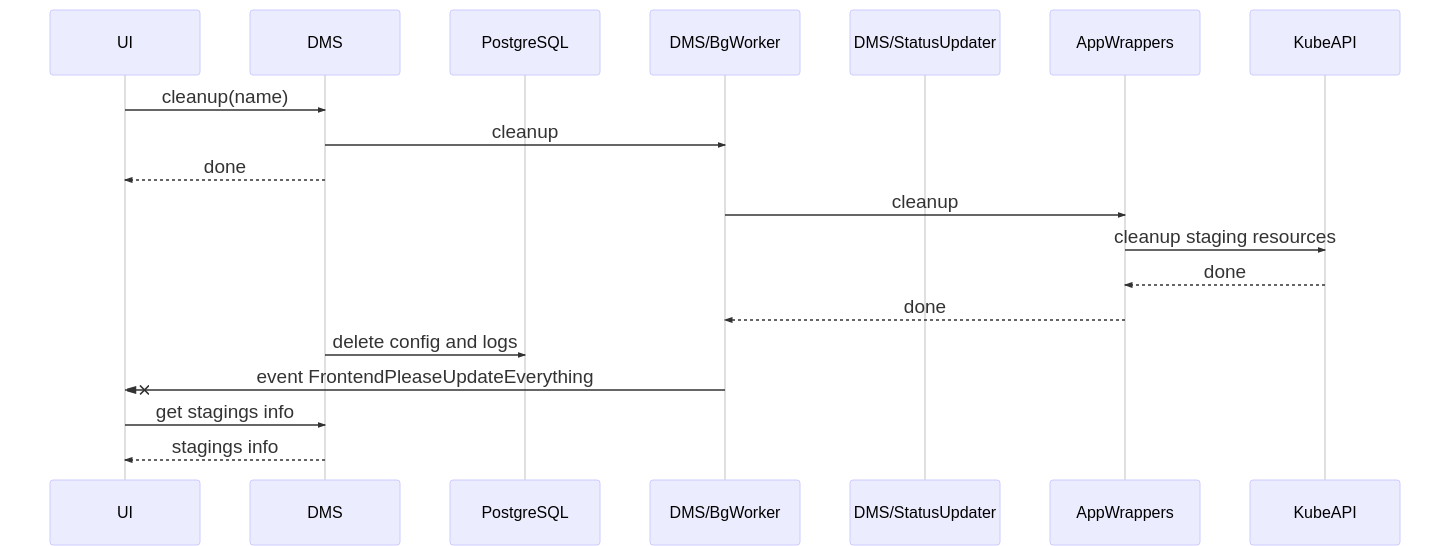
The Mermaid diagram docs/diagrams/images/technical-architecture-cleanup-via-ui.png in typeable/octopod, before a commit. Its source is kept beside it as docs/diagrams/src/technical-architecture-cleanup-via-ui.mmd.
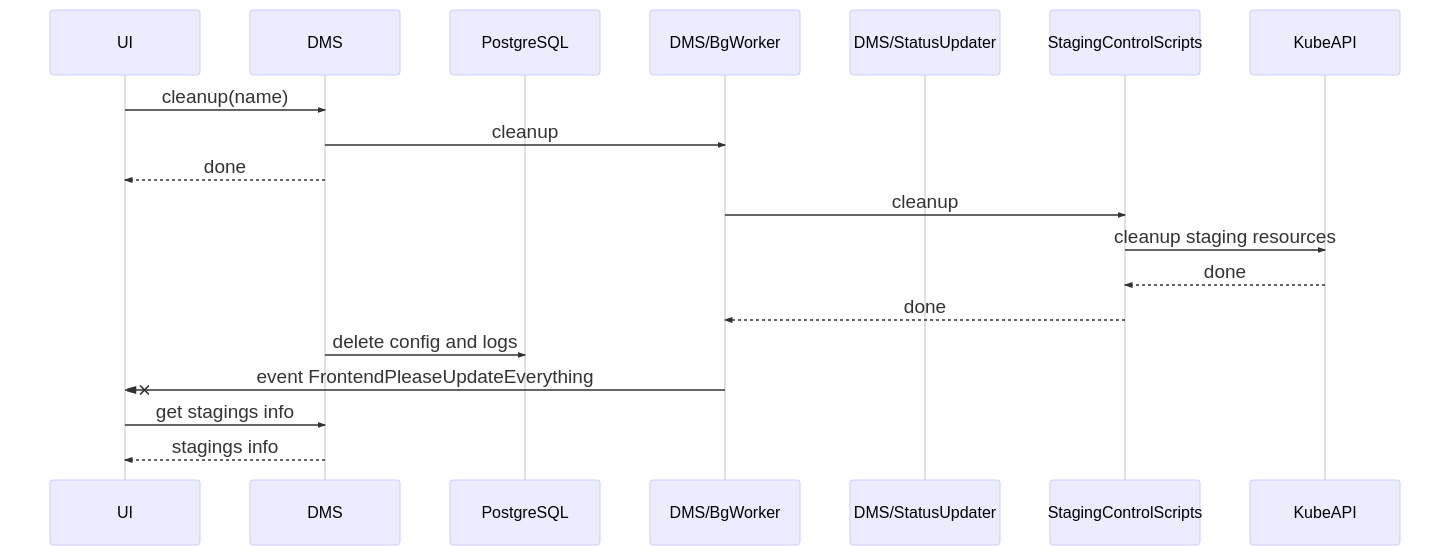
The same file after the commit.

What changed in the source:
```diff
@@ -4,15 +4,15 @@
     participant PostgreSQL
     participant DMS/BgWorker
     participant DMS/StatusUpdater
-    participant AppWrappers
+    participant StagingControlScripts
     participant KubeAPI
     UI->>DMS: cleanup(name)
     DMS->>DMS/BgWorker: cleanup
     DMS-->>UI: done
-    DMS/BgWorker->>AppWrappers: cleanup
-    AppWrappers->>KubeAPI: cleanup staging resources
-    KubeAPI-->>AppWrappers: done
-    AppWrappers-->>DMS/BgWorker: done
+    DMS/BgWorker->>StagingControlScripts: cleanup
+    StagingControlScripts->>KubeAPI: cleanup staging resources
+    KubeAPI-->>StagingControlScripts: done
+    StagingControlScripts-->>DMS/BgWorker: done
     DMS->>PostgreSQL: delete config and logs
     DMS/BgWorker-xUI: event FrontendPleaseUpdateEverything
     UI->>DMS: get stagings info
```
